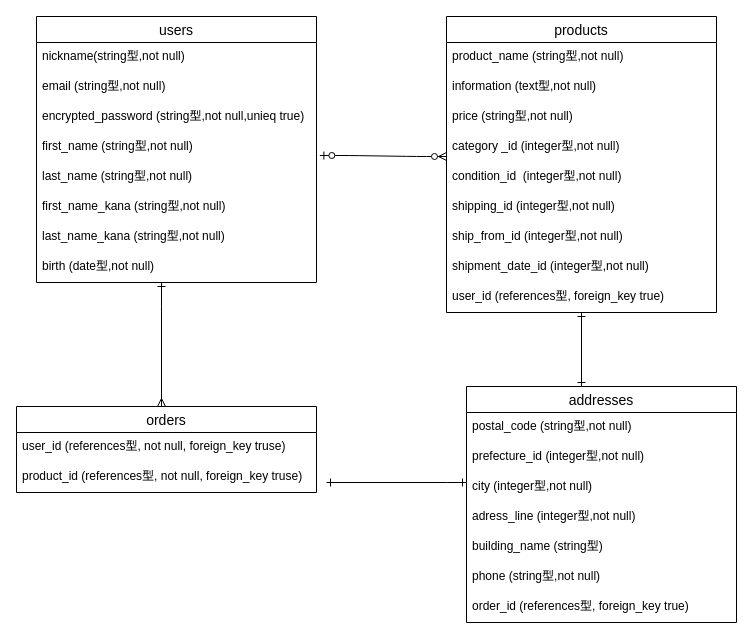
Earlier version of the draw.io diagram Er.dio (tina0729/furima-36096). Source tidied: cells renumbered, new cells numbered last; positions are measured from the earlier drawing's top-left corner, leaving out a move shared by most shapes. Both pictures are drawn from the tidied source at 100%, with x=0, y=0 at pixel (16, 16).
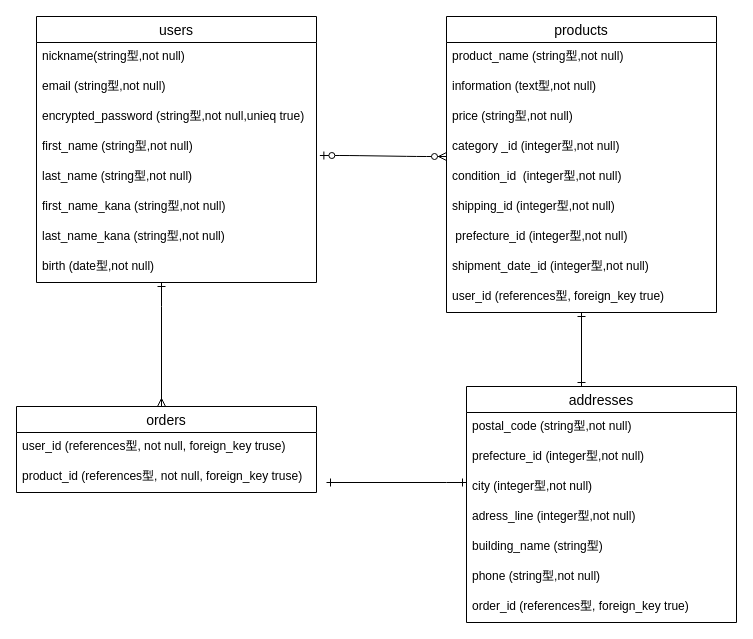
Above is the later version.

Unchanged cells that the change refers to:
```xml
<mxCell id="16" value="products" style="swimlane;fontStyle=0;horizontal=1;startSize=26;align=center;fontSize=14;" parent="1" vertex="1">
  <mxGeometry x="430" width="270" height="296" as="geometry" />
</mxCell>
```

Diff of the diagram source:
```diff
@@
-    <mxCell id="23" value="ship_from_id (integer型,not null)" style="text;strokeColor=none;fillColor=none;spacingLeft=4;spacingRight=4;overflow=hidden;fontSize=12;" parent="16" vertex="1">
+    <mxCell id="23" value=" prefecture_id (integer型,not null)" style="text;strokeColor=none;fillColor=none;spacingLeft=4;spacingRight=4;overflow=hidden;fontSize=12;" parent="16" vertex="1">
       <mxGeometry y="206" width="270" height="30" as="geometry" />
     </mxCell>
```
